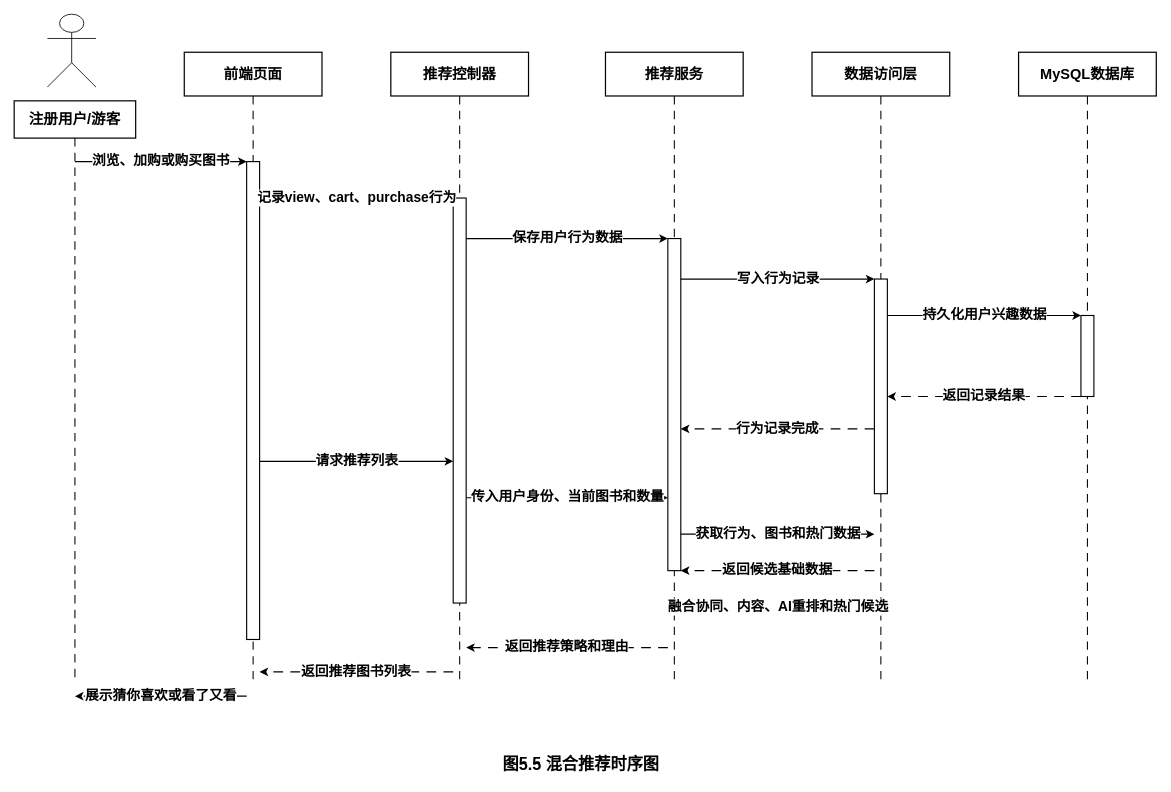
The draw.io diagram 图5.5混合推荐时序图.drawio in wujiangcai/drawio, before the edit. Source tidied: cells renumbered, new cells numbered last; positions are measured from the earlier drawing's top-left corner, leaving out a move shared by most shapes. Both pictures are drawn from the tidied source at 81%, with x=0, y=0 at pixel (14, 14).
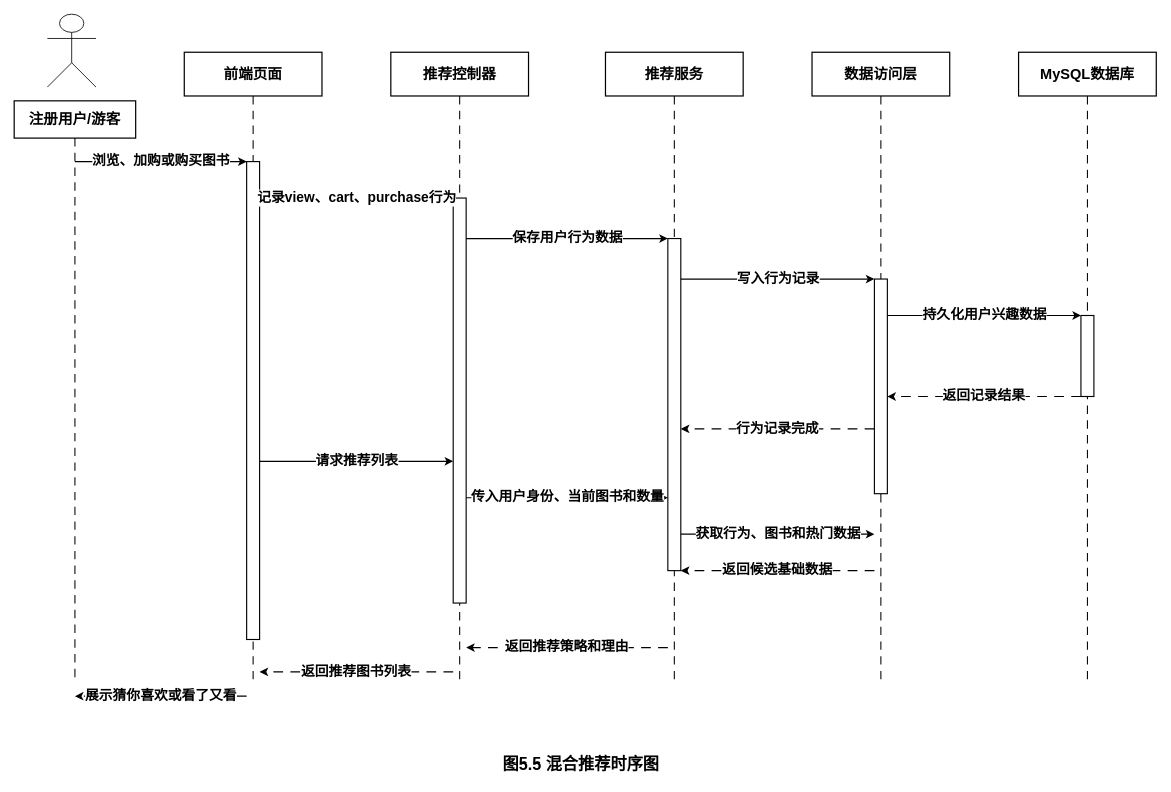
After the change.

What changed in the source:
```diff
@@
-    <mxCell id="31" value="融合协同、内容、AI重排和热门候选" style="endArrow=classic;html=1;rounded=0;strokeColor=#000000;strokeWidth=1.5;fontColor=#000000;fontFamily=SimSun;fontSize=17;fontStyle=1;" parent="1" edge="1">
-      <mxGeometry relative="1" as="geometry">
-        <mxPoint x="823" y="732" as="sourcePoint" />
-        <mxPoint x="1062" y="732" as="targetPoint" />
-      </mxGeometry>
-    </mxCell>
```
